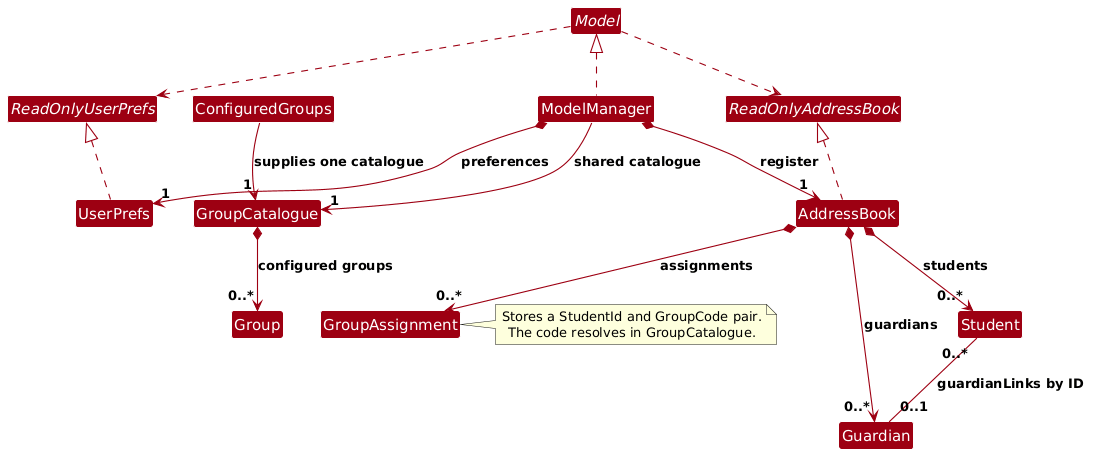
AY2627S1-CS2103T-T10-4/tp keeps this PlantUML diagram as docs/images/ModelClassDiagram.png. Above is the earlier version. Its diagram source:
```plantuml
@startuml
!define MODEL_COLOR #9D0012
skinparam Package {
 BackgroundColor #FFFFFF
 BorderThickness 1
 FontSize 16
}
skinparam Class {
 FontColor #FFFFFF
 FontSize 15
 BorderThickness 1
 BorderColor #FFFFFF
 StereotypeFontColor #FFFFFF
 FontName Arial
}
skinparam ArrowFontStyle bold
skinparam MinClassWidth 50
skinparam Shadowing false
skinparam DefaultTextAlignment center
skinparam packageStyle Rectangle
hide members
hide circle
skinparam arrowThickness 1.1
skinparam arrowColor MODEL_COLOR
skinparam classBackgroundColor MODEL_COLOR

interface Model
interface ReadOnlyAddressBook
interface ReadOnlyUserPrefs
class ModelManager
class AddressBook
class UserPrefs
class ConfiguredGroups
class GroupCatalogue
class Student
class Guardian
class GroupAssignment
class Group

ModelManager .up.|> Model
AddressBook .up.|> ReadOnlyAddressBook
UserPrefs .up.|> ReadOnlyUserPrefs
Model ..> ReadOnlyAddressBook
Model ..> ReadOnlyUserPrefs

ModelManager *--> "1" AddressBook : register
ModelManager *--> "1" UserPrefs : preferences
ModelManager --> "1" GroupCatalogue : shared catalogue
ConfiguredGroups --> "1" GroupCatalogue : supplies one catalogue
AddressBook *--> "0..*" Student : students
AddressBook *--> "0..*" Guardian : guardians
AddressBook *--> "0..*" GroupAssignment : assignments
Student "0..*" -- "0..1" Guardian : guardianLinks by ID
GroupCatalogue *--> "0..*" Group : configured groups

note right of GroupAssignment
    Stores a StudentId and GroupCode pair.
    The code resolves in GroupCatalogue.
end note
@enduml
```
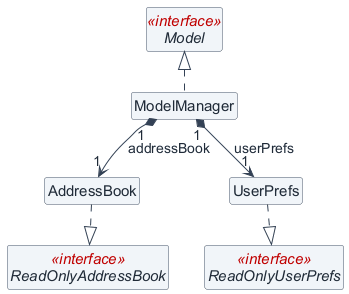
The same diagram one commit later.

Change to the diagram source:
```diff
@@ -1,60 +1,15 @@
 @startuml
-!define MODEL_COLOR #9D0012
-skinparam Package {
- BackgroundColor #FFFFFF
- BorderThickness 1
- FontSize 16
-}
-skinparam Class {
- FontColor #FFFFFF
- FontSize 15
- BorderThickness 1
- BorderColor #FFFFFF
- StereotypeFontColor #FFFFFF
- FontName Arial
-}
-skinparam ArrowFontStyle bold
-skinparam MinClassWidth 50
-skinparam Shadowing false
-skinparam DefaultTextAlignment center
-skinparam packageStyle Rectangle
-hide members
-hide circle
-skinparam arrowThickness 1.1
-skinparam arrowColor MODEL_COLOR
-skinparam classBackgroundColor MODEL_COLOR
-
-interface Model
-interface ReadOnlyAddressBook
-interface ReadOnlyUserPrefs
+!include mentora-style.puml
+interface Model <<interface>>
 class ModelManager
 class AddressBook
+interface ReadOnlyAddressBook <<interface>>
 class UserPrefs
-class ConfiguredGroups
-class GroupCatalogue
-class Student
-class Guardian
-class GroupAssignment
-class Group
+interface ReadOnlyUserPrefs <<interface>>
 
 ModelManager .up.|> Model
-AddressBook .up.|> ReadOnlyAddressBook
-UserPrefs .up.|> ReadOnlyUserPrefs
-Model ..> ReadOnlyAddressBook
-Model ..> ReadOnlyUserPrefs
-
-ModelManager *--> "1" AddressBook : register
-ModelManager *--> "1" UserPrefs : preferences
-ModelManager --> "1" GroupCatalogue : shared catalogue
-ConfiguredGroups --> "1" GroupCatalogue : supplies one catalogue
-AddressBook *--> "0..*" Student : students
-AddressBook *--> "0..*" Guardian : guardians
-AddressBook *--> "0..*" GroupAssignment : assignments
-Student "0..*" -- "0..1" Guardian : guardianLinks by ID
-GroupCatalogue *--> "0..*" Group : configured groups
-
-note right of GroupAssignment
-    Stores a StudentId and GroupCode pair.
-    The code resolves in GroupCatalogue.
-end note
+ModelManager "1" *--> "1" AddressBook : addressBook
+ModelManager "1" *--> "1" UserPrefs : userPrefs
+AddressBook .down.|> ReadOnlyAddressBook
+UserPrefs .down.|> ReadOnlyUserPrefs
 @enduml
```
